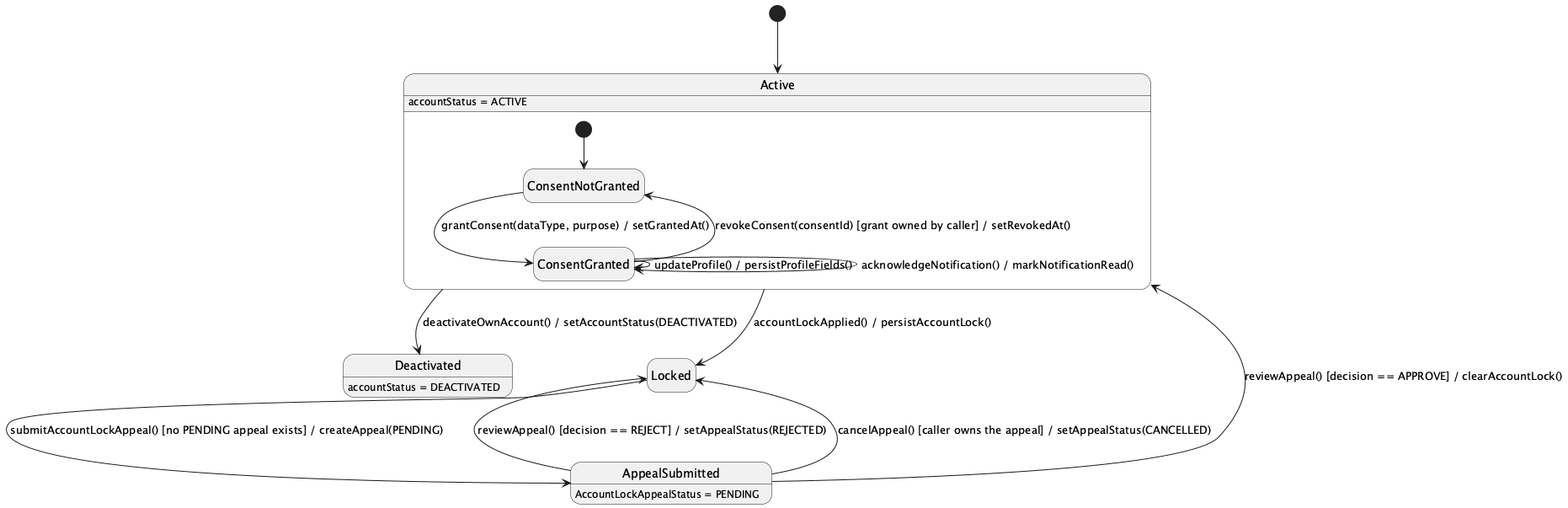
This is 03_Design/Detailed_Design/MF01_Account_Trust_Access_Control/images/02_Profile_Notifications_Privacy_and_Account_State_StateChartDiagram.png from ChuongBDHE172784/CareBridge_SEP490_G79, a PlantUML export, as it was before one commit. Its diagram source:
```plantuml
@startuml
hide empty description
[*] --> Active

Active --> Deactivated : deactivateOwnAccount() / setAccountStatus(DEACTIVATED)
Active --> Locked : accountLockApplied() / persistAccountLock()
Locked --> AppealSubmitted : submitAccountLockAppeal() [no PENDING appeal exists] / createAppeal(PENDING)
AppealSubmitted --> Active : reviewAppeal() [decision == APPROVE] / clearAccountLock()
AppealSubmitted --> Locked : reviewAppeal() [decision == REJECT] / setAppealStatus(REJECTED)
AppealSubmitted --> Locked : cancelAppeal() [caller owns the appeal] / setAppealStatus(CANCELLED)

state Active {
  [*] --> ConsentNotGranted
  ConsentNotGranted --> ConsentGranted : grantConsent(dataType, purpose) / setGrantedAt()
  ConsentGranted --> ConsentNotGranted : revokeConsent(consentId) [grant owned by caller] / setRevokedAt()
  ConsentGranted --> ConsentGranted : updateProfile() / persistProfileFields()
  ConsentGranted --> ConsentGranted : acknowledgeNotification() / markNotificationRead()
}

Active : accountStatus = ACTIVE
Deactivated : accountStatus = DEACTIVATED
AppealSubmitted : AccountLockAppealStatus = PENDING
@enduml
```
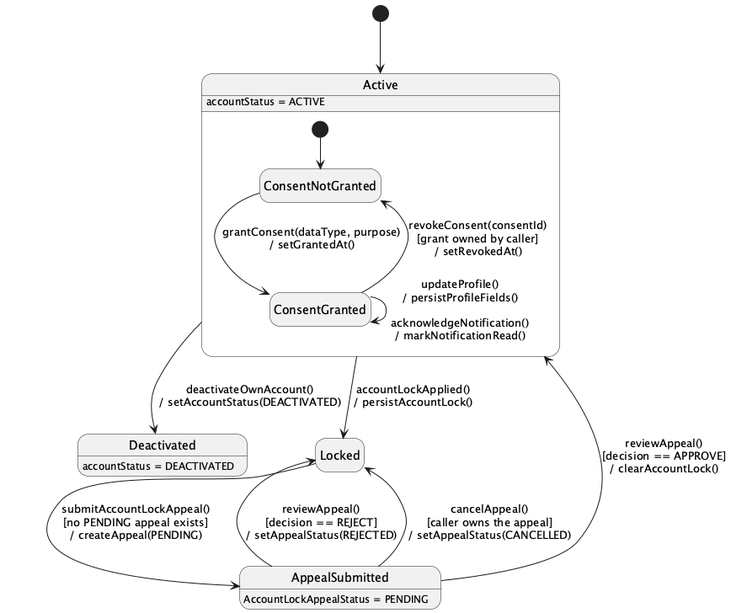
The same file after the commit.

The edit, as a diff of the source:
```diff
@@ -1,20 +1,19 @@
-@startuml
+@startuml StateChartDiagram_02ProfileNotificationsPrivacyandAccountState
 hide empty description
 [*] --> Active
 
-Active --> Deactivated : deactivateOwnAccount() / setAccountStatus(DEACTIVATED)
-Active --> Locked : accountLockApplied() / persistAccountLock()
-Locked --> AppealSubmitted : submitAccountLockAppeal() [no PENDING appeal exists] / createAppeal(PENDING)
-AppealSubmitted --> Active : reviewAppeal() [decision == APPROVE] / clearAccountLock()
-AppealSubmitted --> Locked : reviewAppeal() [decision == REJECT] / setAppealStatus(REJECTED)
-AppealSubmitted --> Locked : cancelAppeal() [caller owns the appeal] / setAppealStatus(CANCELLED)
+Active --> Deactivated : deactivateOwnAccount()\n/ setAccountStatus(DEACTIVATED)
+Active --> Locked : accountLockApplied()\n/ persistAccountLock()
+Locked --> AppealSubmitted : submitAccountLockAppeal()\n[no PENDING appeal exists]\n/ createAppeal(PENDING)
+AppealSubmitted --> Active : reviewAppeal()\n[decision == APPROVE]\n/ clearAccountLock()
+AppealSubmitted --> Locked : reviewAppeal()\n[decision == REJECT]\n/ setAppealStatus(REJECTED)
+AppealSubmitted --> Locked : cancelAppeal()\n[caller owns the appeal]\n/ setAppealStatus(CANCELLED)
 
 state Active {
   [*] --> ConsentNotGranted
-  ConsentNotGranted --> ConsentGranted : grantConsent(dataType, purpose) / setGrantedAt()
-  ConsentGranted --> ConsentNotGranted : revokeConsent(consentId) [grant owned by caller] / setRevokedAt()
-  ConsentGranted --> ConsentGranted : updateProfile() / persistProfileFields()
-  ConsentGranted --> ConsentGranted : acknowledgeNotification() / markNotificationRead()
+  ConsentNotGranted --> ConsentGranted : grantConsent(dataType, purpose)\n/ setGrantedAt()
+  ConsentGranted --> ConsentNotGranted : revokeConsent(consentId)\n[grant owned by caller]\n/ setRevokedAt()
+  ConsentGranted --> ConsentGranted : updateProfile()\n/ persistProfileFields()\n\nacknowledgeNotification()\n/ markNotificationRead()
 }
 
 Active : accountStatus = ACTIVE
```
